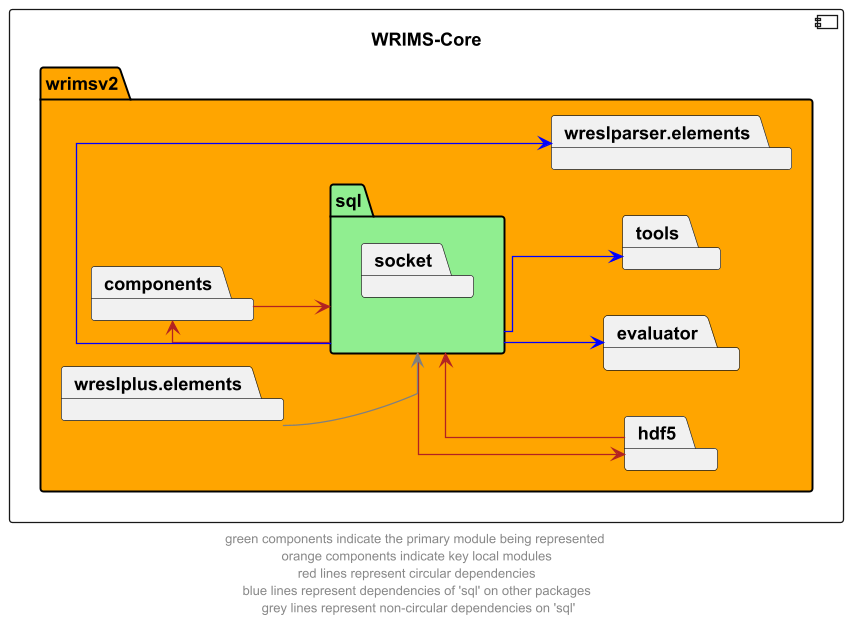
Earlier version of the PlantUML export docs/diagrams/wrims-core/wrims-core_sql.png (CentralValleyModeling/wrims).
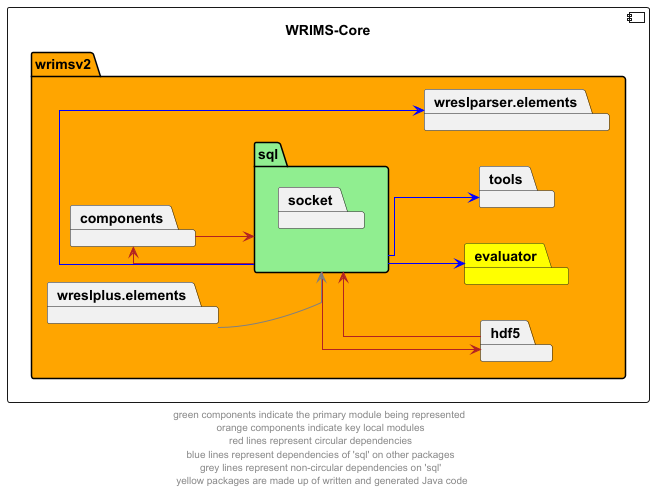
The same diagram one commit later.

The edit, as a diff of the source:
```diff
@@ -8,7 +8,7 @@
             package socket
         }
         package components
-        package evaluator
+        package evaluator #yellow
         package hdf5
         package tools
         package wreslparser.elements
@@ -27,5 +27,5 @@
 hdf5 -l-> sql #firebrick
 
 
-footer "green components indicate the primary module being represented \n orange components indicate key local modules \n red lines represent circular dependencies \n blue lines represent dependencies of 'sql' on other packages \n grey lines represent non-circular dependencies on 'sql'"
+footer "green components indicate the primary module being represented \n orange components indicate key local modules \n red lines represent circular dependencies \n blue lines represent dependencies of 'sql' on other packages \n grey lines represent non-circular dependencies on 'sql' \n yellow packages are made up of written and generated Java code"
 @enduml
```
